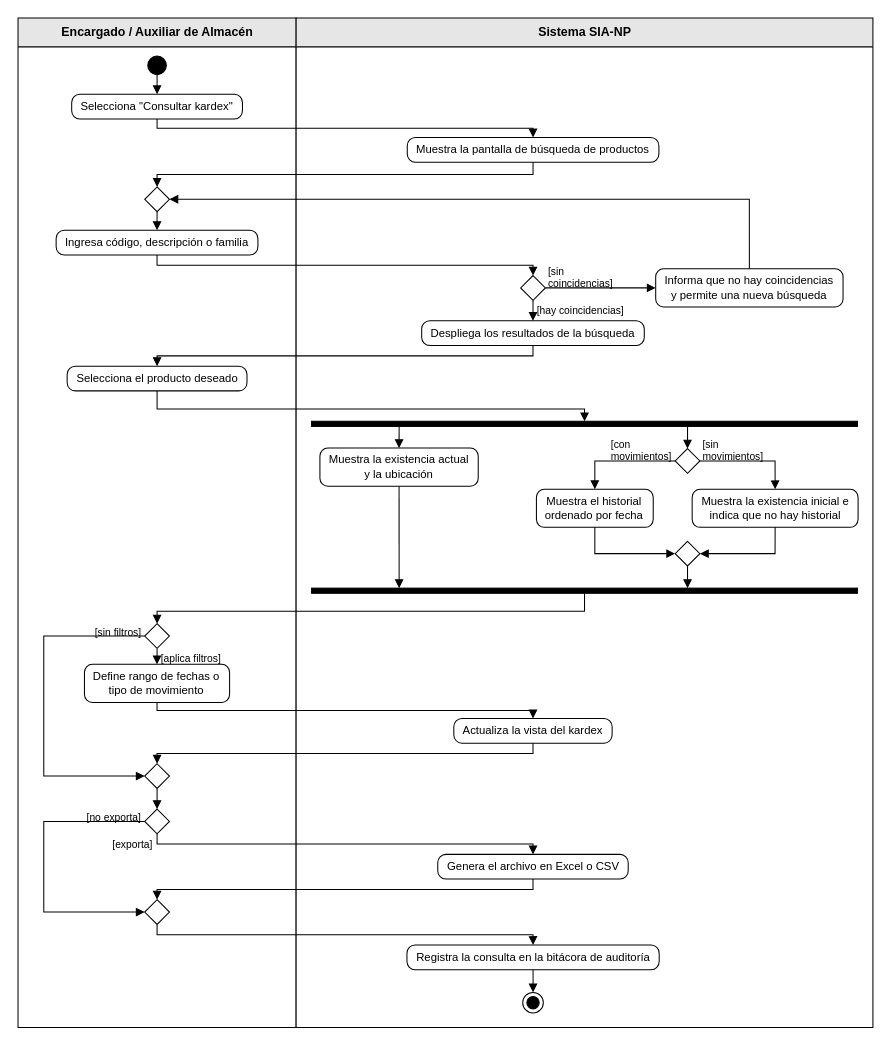
The draw.io diagram page "CU2. Consultar Kardex" (2 of 8) of entregables/02-actividades/Diagramas_de_Actividad_SIA-NP.drawio in jmloz/SIA-NP, before the edit. Source tidied: cells renumbered, new cells numbered last; positions are measured from the earlier drawing's top-left corner, leaving out a move shared by most shapes. Both pictures are drawn from the tidied source at 103%, with x=0, y=0 at pixel (18, 18).
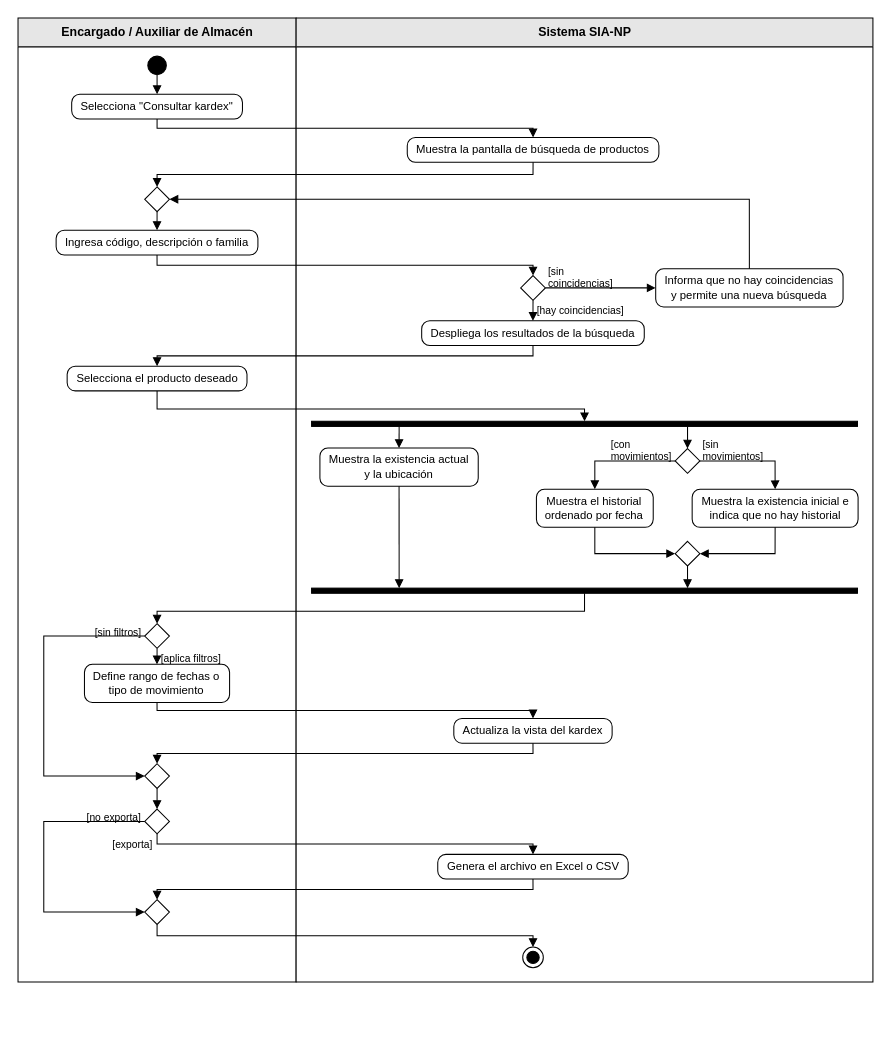
Above is the later version.

The change refers to these unchanged cells:
```xml
<mxCell id="26" style="rhombus;html=1;fillColor=#FFFFFF;strokeColor=#000000;" parent="2" vertex="1">
  <mxGeometry x="123" y="856" width="24" height="24" as="geometry" />
</mxCell>
```

What changed in the source:
```diff
@@
     <mxCell id="2" value="Encargado / Auxiliar de Almacén" style="swimlane;html=1;startSize=28;horizontal=1;fillColor=#E6E6E6;swimlaneFillColor=#FFFFFF;strokeColor=#000000;fontStyle=1;fontSize=12;fontFamily=Arial;fontColor=#000000;" parent="1" vertex="1">
-      <mxGeometry width="270" height="980" as="geometry" />
+      <mxGeometry width="270" height="936" as="geometry" />
     </mxCell>
     <mxCell id="3" value="Sistema SIA-NP" style="swimlane;html=1;startSize=28;horizontal=1;fillColor=#E6E6E6;swimlaneFillColor=#FFFFFF;strokeColor=#000000;fontStyle=1;fontSize=12;fontFamily=Arial;fontColor=#000000;" parent="1" vertex="1">
-      <mxGeometry x="270" width="560" height="980" as="geometry" />
+      <mxGeometry x="270" width="560" height="936" as="geometry" />
     </mxCell>
@@
-    <mxCell id="27" value="Registra la consulta en la bitácora de auditoría" style="rounded=1;arcSize=33;whiteSpace=wrap;html=1;fillColor=#FFFFFF;strokeColor=#000000;fontSize=11;fontFamily=Arial;fontColor=#000000;" parent="3" vertex="1">
-      <mxGeometry x="107.6" y="900" width="244.9" height="24" as="geometry" />
-    </mxCell>
     <mxCell id="28" style="ellipse;html=1;shape=endState;fillColor=#000000;strokeColor=#000000;" parent="3" vertex="1">
-      <mxGeometry x="220" y="946" width="20" height="20" as="geometry" />
+      <mxGeometry x="220" y="902" width="20" height="20" as="geometry" />
     </mxCell>
@@
-    <mxCell id="64" style="edgeStyle=none;rounded=0;html=1;endArrow=block;endFill=1;endSize=6;strokeColor=#000000;exitX=0.5000;exitY=1.0000;exitDx=0;exitDy=0;exitPerimeter=0;entryX=0.5000;entryY=0.0000;entryDx=0;entryDy=0;entryPerimeter=0;fontFamily=Arial;fontColor=#000000;" parent="1" edge="1" source="26" target="27">
+    <mxCell id="64" style="edgeStyle=none;rounded=0;html=1;endArrow=block;endFill=1;endSize=6;strokeColor=#000000;exitX=0.5000;exitY=1.0000;exitDx=0;exitDy=0;exitPerimeter=0;entryX=0.5000;entryY=0.0000;entryDx=0;entryDy=0;entryPerimeter=0;fontFamily=Arial;fontColor=#000000;" parent="1" edge="1" source="26" target="28">
       <mxGeometry relative="1" as="geometry">
         <Array as="points">
-          <mxPoint x="135" y="890" />
-          <mxPoint x="500" y="890" />
+          <mxPoint x="135" y="891" />
+          <mxPoint x="500" y="891" />
         </Array>
       </mxGeometry>
     </mxCell>
-    <mxCell id="65" style="edgeStyle=none;rounded=0;html=1;endArrow=block;endFill=1;endSize=6;strokeColor=#000000;exitX=0.5000;exitY=1.0000;exitDx=0;exitDy=0;exitPerimeter=0;entryX=0.5000;entryY=0.0000;entryDx=0;entryDy=0;entryPerimeter=0;fontFamily=Arial;fontColor=#000000;" parent="1" edge="1" source="27" target="28">
-      <mxGeometry relative="1" as="geometry" />
-    </mxCell>
```
